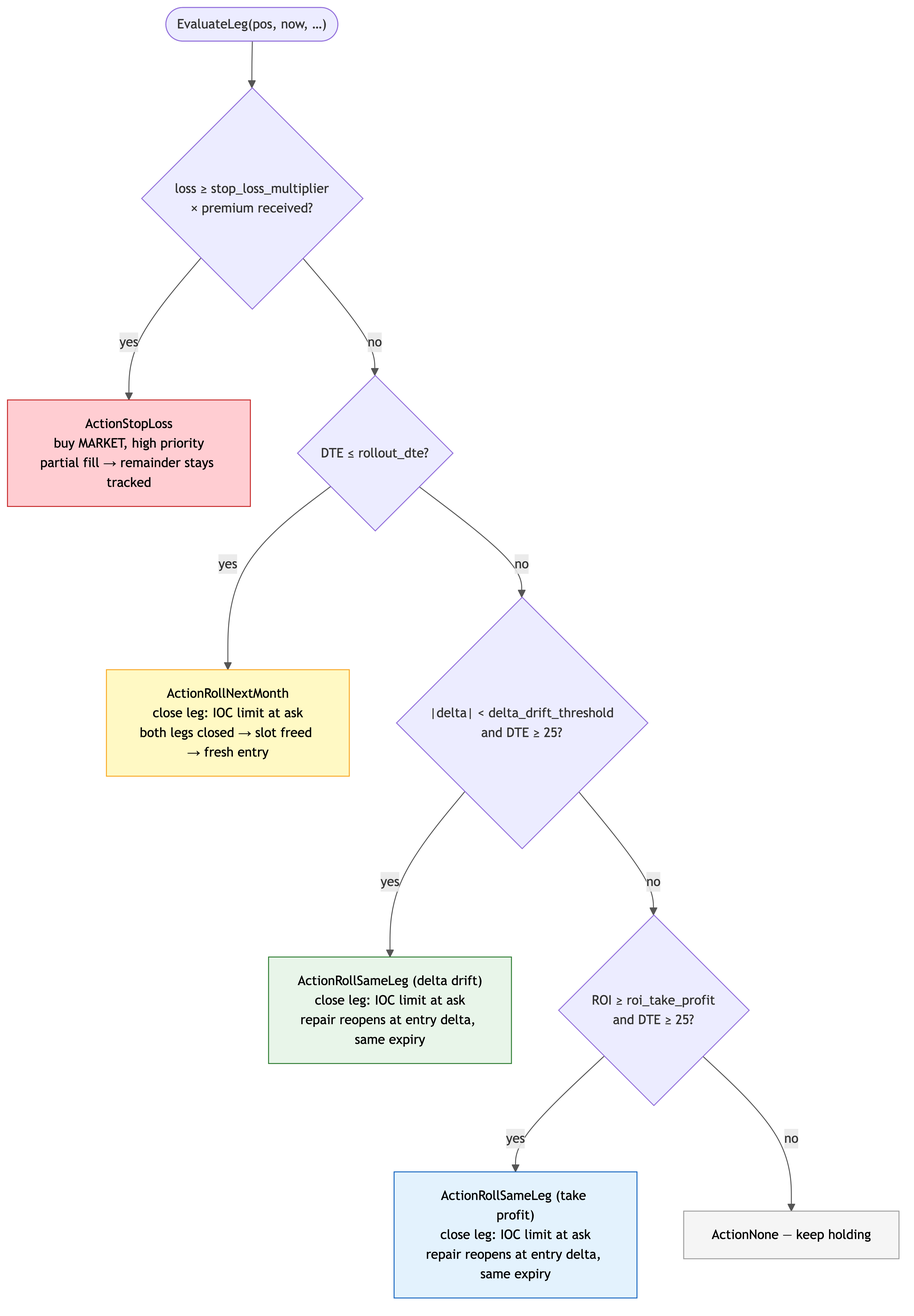
Earlier version of the Mermaid export docs/strategy_rollout.png (rchau73/optionsBot). Its source is kept beside it as docs/strategy_rollout.mmd.
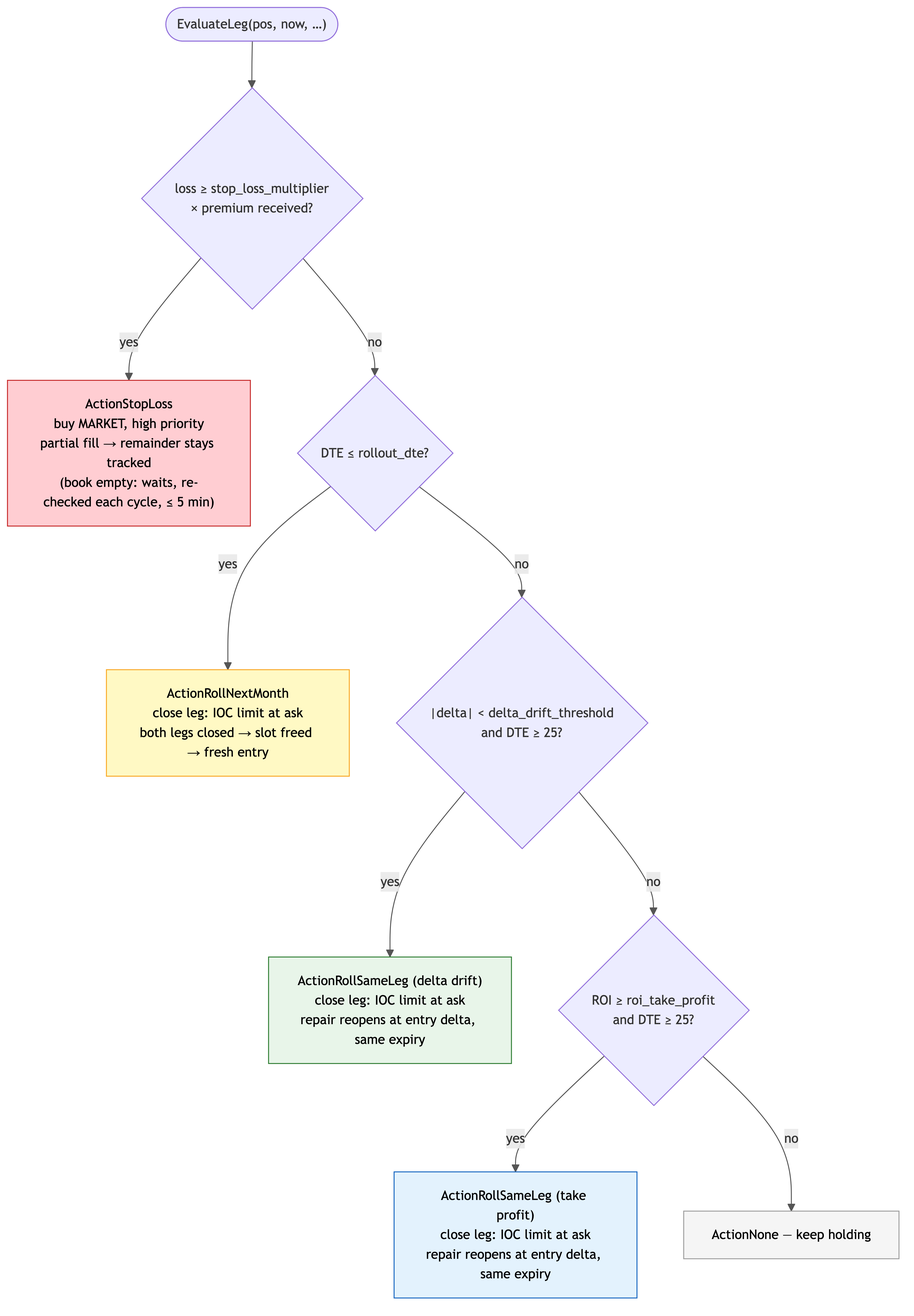
After the commit.

Change to the diagram source:
```diff
@@ -1,6 +1,6 @@
 flowchart TD
     A(["EvaluateLeg(pos, now, …)"]) --> B{"loss ≥ stop_loss_multiplier<br/>× premium received?"}
-    B -- "yes" --> C["ActionStopLoss<br/>buy MARKET, high priority<br/>partial fill → remainder stays tracked"]
+    B -- "yes" --> C["ActionStopLoss<br/>buy MARKET, high priority<br/>partial fill → remainder stays tracked<br/>(book empty: waits, re-checked each cycle, ≤ 5 min)"]
     B -- "no" --> D{"DTE ≤ rollout_dte?"}
     D -- "yes" --> E["ActionRollNextMonth<br/>close leg: IOC limit at ask<br/>both legs closed → slot freed → fresh entry"]
     D -- "no" --> F{"|delta| < delta_drift_threshold<br/>and DTE ≥ 25?"}
```
